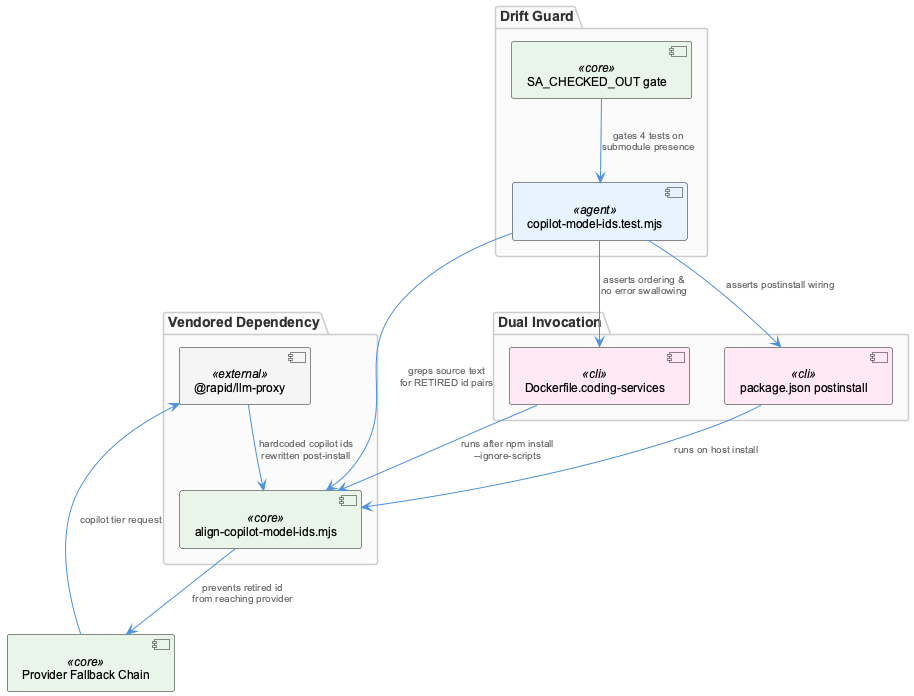
fwornle/coding keeps this PlantUML diagram as knowledge-management/insights/images/copilot-model-id-alignment-architecture.png. Above is the earlier version. Source of this version:
```plantuml
@startuml
!include /Users/Q284340/Agentic/coding/docs/puml/_standard-style.puml

package "Vendored Dependency" {
  component "@rapid/llm-proxy" as proxy <<external>>
  component "align-copilot-model-ids.mjs" as script <<core>>
}

package "Dual Invocation" {
  component "Dockerfile.coding-services" as docker <<cli>>
  component "package.json postinstall" as postinstall <<cli>>
}

package "Drift Guard" {
  component "copilot-model-ids.test.mjs" as test <<agent>>
  component "SA_CHECKED_OUT gate" as gate <<core>>
}

component "Provider Fallback Chain" as fallback <<core>>

proxy --> script : "hardcoded copilot ids\nrewritten post-install"
docker --> script : "runs after npm install\n--ignore-scripts"
postinstall --> script : "runs on host install"

test --> script : "greps source text\nfor RETIRED id pairs"
test --> docker : "asserts ordering &\nno error swallowing"
test --> postinstall : "asserts postinstall wiring"
gate --> test : "gates 4 tests on\nsubmodule presence"

script --> fallback : "prevents retired id\nfrom reaching provider"
fallback --> proxy : "copilot tier request"

@enduml
```
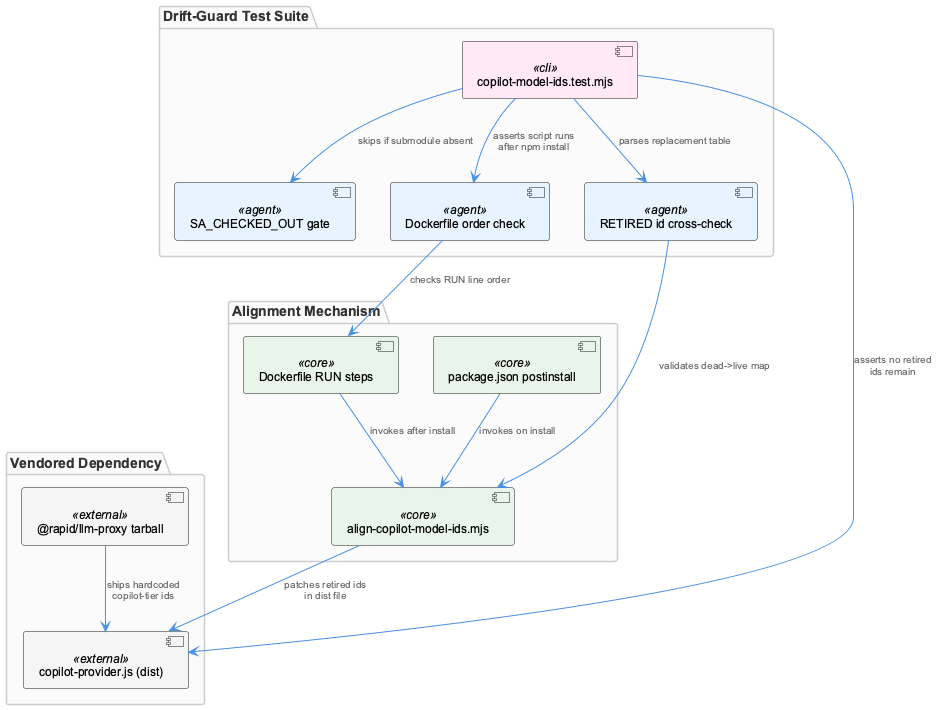
Above is the later version.

Diff of the diagram source:
```diff
@@ -2,32 +2,33 @@
 !include /Users/Q284340/Agentic/coding/docs/puml/_standard-style.puml
 
 package "Vendored Dependency" {
-  component "@rapid/llm-proxy" as proxy <<external>>
-  component "align-copilot-model-ids.mjs" as script <<core>>
+  component "@rapid/llm-proxy tarball" as rlp <<external>>
+  component "copilot-provider.js (dist)" as provider <<external>>
 }
 
-package "Dual Invocation" {
-  component "Dockerfile.coding-services" as docker <<cli>>
-  component "package.json postinstall" as postinstall <<cli>>
+package "Alignment Mechanism" {
+  component "align-copilot-model-ids.mjs" as script <<core>>
+  component "Dockerfile RUN steps" as dockerfile <<core>>
+  component "package.json postinstall" as postinstall <<core>>
 }
 
-package "Drift Guard" {
-  component "copilot-model-ids.test.mjs" as test <<agent>>
-  component "SA_CHECKED_OUT gate" as gate <<core>>
+package "Drift-Guard Test Suite" {
+  component "copilot-model-ids.test.mjs" as test <<cli>>
+  component "SA_CHECKED_OUT gate" as gate <<agent>>
+  component "RETIRED id cross-check" as retiredcheck <<agent>>
+  component "Dockerfile order check" as ordercheck <<agent>>
 }
 
-component "Provider Fallback Chain" as fallback <<core>>
+rlp --> provider : "ships hardcoded\ncopilot-tier ids"
+dockerfile --> script : "invokes after install"
+postinstall --> script : "invokes on install"
+script --> provider : "patches retired ids\nin dist file"
 
-proxy --> script : "hardcoded copilot ids\nrewritten post-install"
-docker --> script : "runs after npm install\n--ignore-scripts"
-postinstall --> script : "runs on host install"
-
-test --> script : "greps source text\nfor RETIRED id pairs"
-test --> docker : "asserts ordering &\nno error swallowing"
-test --> postinstall : "asserts postinstall wiring"
-gate --> test : "gates 4 tests on\nsubmodule presence"
-
-script --> fallback : "prevents retired id\nfrom reaching provider"
-fallback --> proxy : "copilot tier request"
+test --> gate : "skips if submodule absent"
+test --> retiredcheck : "parses replacement table"
+test --> ordercheck : "asserts script runs\nafter npm install"
+ordercheck --> dockerfile : "checks RUN line order"
+retiredcheck --> script : "validates dead->live map"
+test --> provider : "asserts no retired\nids remain"
 
 @enduml
```
